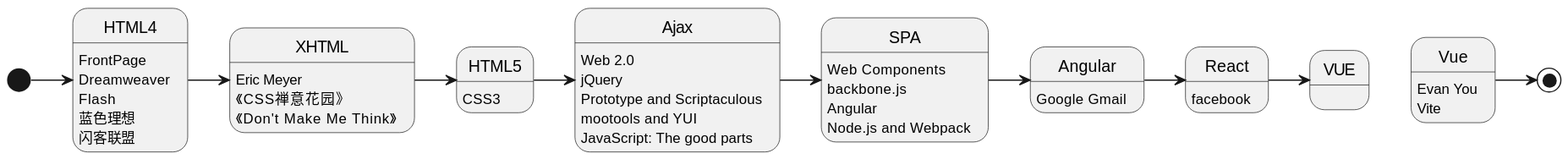
Above: docs/static/img/html-memoir.svg in kaffa/kaffa (PlantUML), before the change.
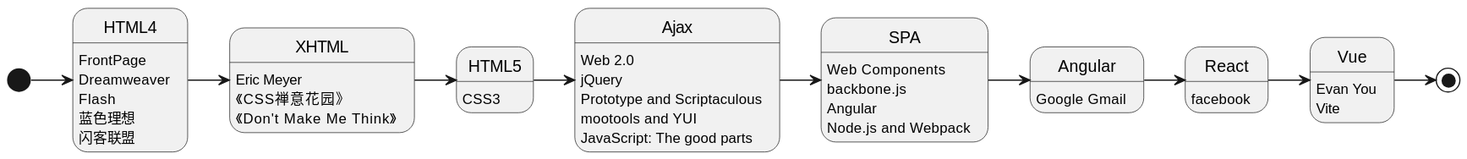
After the commit.

Change to the diagram source:
```diff
@@ -6,7 +6,7 @@
 Ajax -> SPA
 SPA -> Angular
 Angular -> React
-React -> VUE
+React -> Vue
 Vue -> [*]
 
 HTML4: FrontPage
```
